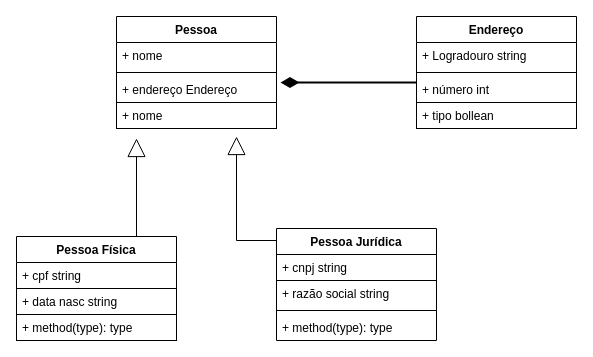
Above: Untitled Diagram.drawio in Denisessouza/logica_senai (draw.io), before the change. Source tidied: cells renumbered, new cells numbered last; positions are measured from the earlier drawing's top-left corner, leaving out a move shared by most shapes. Both pictures are drawn from the tidied source at 100%, with x=0, y=0 at pixel (16, 16).
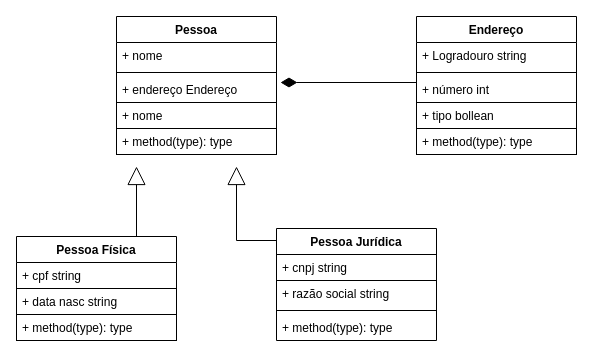
The same diagram, later.

Unchanged cells that the change refers to:
```xml
<mxCell id="5" value="+ endereço Endereço" style="text;strokeColor=none;fillColor=none;align=left;verticalAlign=top;spacingLeft=4;spacingRight=4;overflow=hidden;points=[[0,0.5],[1,0.5]];portConstraint=eastwest;" parent="2" vertex="1">
  <mxGeometry y="60" width="160" height="26" as="geometry" />
</mxCell>
<mxCell id="24" style="line;strokeWidth=1;fillColor=none;align=left;verticalAlign=middle;spacingTop=-1;spacingLeft=3;spacingRight=3;labelPosition=right;points=[];portConstraint=eastwest;shadow=0;" parent="1" vertex="1">
  <mxGeometry x="220" y="220" width="40" height="8" as="geometry" />
</mxCell>
```

What changed in the source:
```diff
@@
-    <mxCell id="12" style="endArrow=diamondThin;endFill=1;endSize=13;html=1;rounded=0;strokeWidth=2;entryX=1.025;entryY=0.231;entryDx=0;entryDy=0;entryPerimeter=0;startSize=0;jumpSize=2;" parent="1" edge="1" target="5">
+    <mxCell id="12" style="endArrow=diamondThin;endFill=1;endSize=14;html=1;rounded=0;strokeWidth=1;entryX=1.025;entryY=0.231;entryDx=0;entryDy=0;entryPerimeter=0;startSize=0;jumpSize=2;" parent="1" edge="1" target="5">
       <mxGeometry relative="1" as="geometry">
         <mxPoint x="400" y="66" as="sourcePoint" />
       </mxGeometry>
     </mxCell>
@@
     <mxCell id="22" style="endArrow=block;endSize=16;endFill=0;html=1;rounded=0;strokeWidth=1;jumpSize=2;" parent="1" edge="1">
       <mxGeometry relative="1" as="geometry">
         <mxPoint x="120" y="220" as="sourcePoint" />
-        <mxPoint x="120" y="122" as="targetPoint" />
+        <mxPoint x="120" y="150" as="targetPoint" />
       </mxGeometry>
     </mxCell>
     <mxCell id="23" style="endArrow=block;endSize=16;endFill=0;html=1;rounded=0;strokeWidth=1;jumpSize=2;exitX=0;exitY=0.5;exitDx=0;exitDy=0;exitPerimeter=0;" parent="1" edge="1" source="24">
       <mxGeometry relative="1" as="geometry">
-        <mxPoint x="220" y="120" as="targetPoint" />
+        <mxPoint x="220" y="150" as="targetPoint" />
       </mxGeometry>
     </mxCell>
@@
+    <mxCell id="25" value="+ method(type): type" style="text;strokeColor=default;fillColor=none;align=left;verticalAlign=top;spacingLeft=4;spacingRight=4;overflow=hidden;shadow=0;" parent="1" vertex="1">
+      <mxGeometry x="100" y="112" width="160" height="26" as="geometry" />
+    </mxCell>
+    <mxCell id="26" value="+ method(type): type" style="text;strokeColor=default;fillColor=none;align=left;verticalAlign=top;spacingLeft=4;spacingRight=4;overflow=hidden;shadow=0;" parent="1" vertex="1">
+      <mxGeometry x="400" y="112" width="160" height="26" as="geometry" />
+    </mxCell>
```
